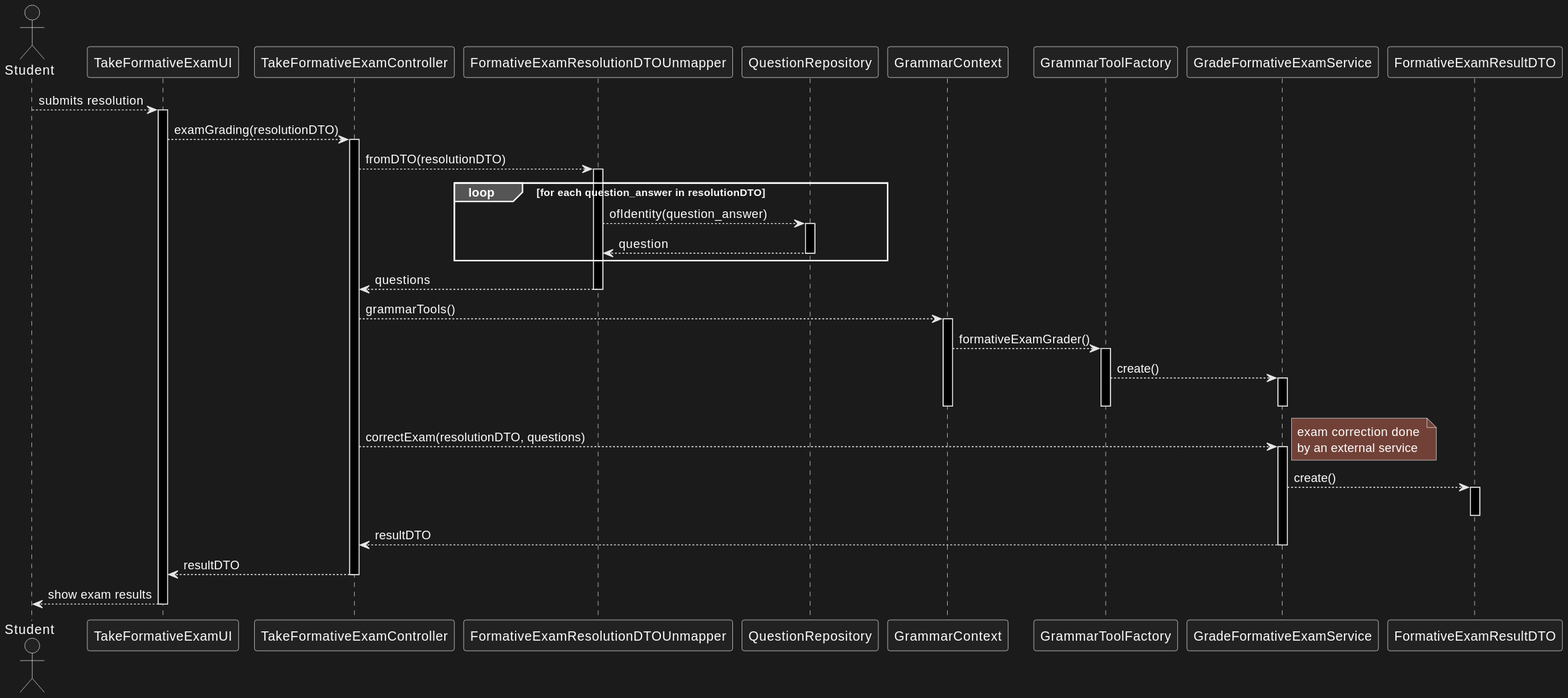
This is docs/us_2009/3-grade-fexam.svg from jovami/isep-lapr4, a PlantUML export, as it was before one commit.
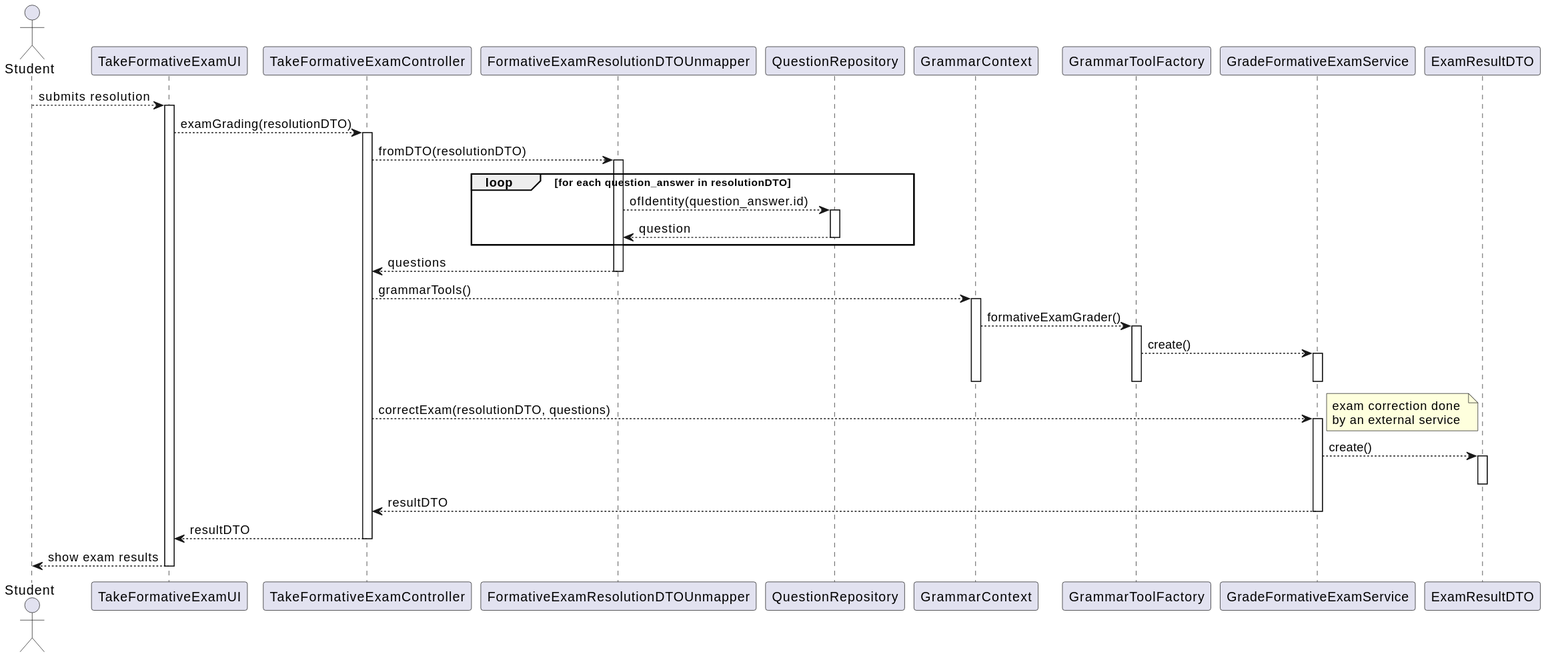
Later version of the same file.

Diff of the diagram source:
```diff
@@ -12,7 +12,7 @@
 
 participant GradeFormativeExamService as svc
 
-participant FormativeExamResultDTO as dto
+participant ExamResultDTO as dto
 
 student --> ui : submits resolution
 activate ui
@@ -22,7 +22,7 @@
         ctrl --> unmap : fromDTO(resolutionDTO)
         activate unmap
             loop for each question_answer in resolutionDTO
-                unmap --> q_repo : ofIdentity(question_answer)
+                unmap --> q_repo : ofIdentity(question_answer.id)
                 activate q_repo
                     q_repo --> unmap : question
                 deactivate q_repo
```
